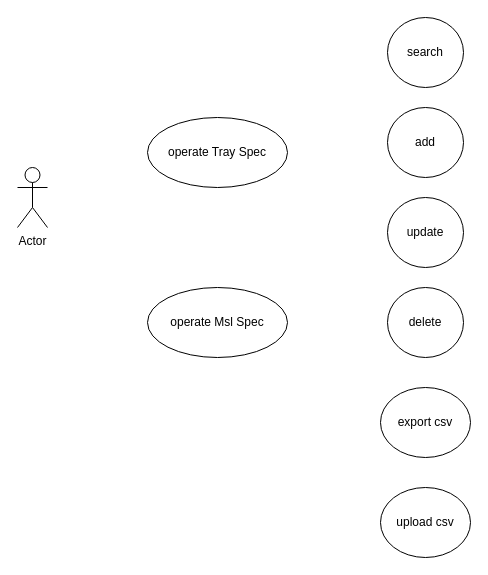
Before: img/UseCase.drawio in yurutung/OMI-Tray_Spec_Maintain, a draw.io diagram. Source tidied: cells renumbered, new cells numbered last; positions are measured from the earlier drawing's top-left corner, leaving out a move shared by most shapes. Both pictures are drawn from the tidied source at 100%, with x=0, y=0 at pixel (17, 17).
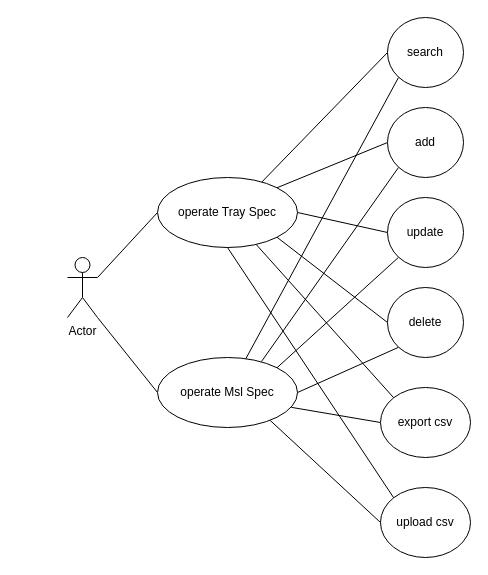
The same diagram, later.

The change refers to these unchanged cells:
```xml
<mxCell id="5" value="search" style="ellipse;whiteSpace=wrap;html=1;" parent="1" vertex="1">
  <mxGeometry x="370" width="76" height="70" as="geometry" />
</mxCell>
<mxCell id="6" value="add" style="ellipse;whiteSpace=wrap;html=1;" parent="1" vertex="1">
  <mxGeometry x="370" y="90" width="76" height="70" as="geometry" />
</mxCell>
<mxCell id="7" value="update" style="ellipse;whiteSpace=wrap;html=1;" parent="1" vertex="1">
  <mxGeometry x="370" y="180" width="76" height="70" as="geometry" />
</mxCell>
<mxCell id="8" value="delete" style="ellipse;whiteSpace=wrap;html=1;" parent="1" vertex="1">
  <mxGeometry x="370" y="270" width="76" height="70" as="geometry" />
</mxCell>
<mxCell id="9" value="export csv" style="ellipse;whiteSpace=wrap;html=1;" parent="1" vertex="1">
  <mxGeometry x="363" y="370" width="90" height="70" as="geometry" />
</mxCell>
<mxCell id="10" value="upload csv" style="ellipse;whiteSpace=wrap;html=1;" parent="1" vertex="1">
  <mxGeometry x="363" y="470" width="90" height="70" as="geometry" />
</mxCell>
```

Change to the diagram source:
```diff
@@
+    <mxCell id="11" style="rounded=0;jettySize=auto;html=1;exitX=1;exitY=0.3333333333333333;exitDx=0;exitDy=0;exitPerimeter=0;entryX=0;entryY=0.5;entryDx=0;entryDy=0;endArrow=none;endFill=0;" parent="1" edge="1" source="2" target="3">
+      <mxGeometry relative="1" as="geometry" />
+    </mxCell>
+    <mxCell id="12" style="edgeStyle=none;rounded=0;jettySize=auto;html=1;exitX=1;exitY=1;exitDx=0;exitDy=0;exitPerimeter=0;entryX=0;entryY=0.5;entryDx=0;entryDy=0;endArrow=none;endFill=0;" parent="1" edge="1" source="2" target="4">
+      <mxGeometry relative="1" as="geometry" />
+    </mxCell>
     <mxCell id="2" value="Actor" style="shape=umlActor;verticalLabelPosition=bottom;verticalAlign=top;html=1;" parent="1" vertex="1">
-      <mxGeometry y="150" width="30" height="60" as="geometry" />
+      <mxGeometry x="50" y="240" width="30" height="60" as="geometry" />
     </mxCell>
+    <mxCell id="13" style="edgeStyle=none;rounded=0;jettySize=auto;html=1;exitX=1;exitY=0;exitDx=0;exitDy=0;entryX=0;entryY=0.5;entryDx=0;entryDy=0;endArrow=none;endFill=0;" parent="1" edge="1" source="3" target="6">
+      <mxGeometry relative="1" as="geometry" />
+    </mxCell>
+    <mxCell id="14" style="edgeStyle=none;rounded=0;jettySize=auto;html=1;exitX=1;exitY=0.5;exitDx=0;exitDy=0;entryX=0;entryY=0.5;entryDx=0;entryDy=0;endArrow=none;endFill=0;" parent="1" edge="1" source="3" target="7">
+      <mxGeometry relative="1" as="geometry" />
+    </mxCell>
+    <mxCell id="15" style="edgeStyle=none;rounded=0;jettySize=auto;html=1;exitX=1;exitY=1;exitDx=0;exitDy=0;entryX=0;entryY=0.5;entryDx=0;entryDy=0;endArrow=none;endFill=0;" parent="1" edge="1" source="3" target="8">
+      <mxGeometry relative="1" as="geometry" />
+    </mxCell>
     <mxCell id="3" value="operate Tray Spec" style="ellipse;whiteSpace=wrap;html=1;" parent="1" vertex="1">
-      <mxGeometry x="130" y="100" width="140" height="70" as="geometry" />
+      <mxGeometry x="140" y="160" width="140" height="70" as="geometry" />
     </mxCell>
     <mxCell id="4" value="operate Msl Spec" style="ellipse;whiteSpace=wrap;html=1;" parent="1" vertex="1">
-      <mxGeometry x="130" y="270" width="140" height="70" as="geometry" />
+      <mxGeometry x="140" y="340" width="140" height="70" as="geometry" />
     </mxCell>
+    <mxCell id="16" style="edgeStyle=none;rounded=0;jettySize=auto;html=1;exitX=0;exitY=0.5;exitDx=0;exitDy=0;endArrow=none;endFill=0;entryX=0.746;entryY=0.063;entryDx=0;entryDy=0;entryPerimeter=0;" parent="1" edge="1" source="5" target="3">
+      <mxGeometry relative="1" as="geometry" />
+    </mxCell>
+    <mxCell id="17" style="edgeStyle=none;rounded=0;jettySize=auto;html=1;exitX=0;exitY=1;exitDx=0;exitDy=0;endArrow=none;endFill=0;" parent="1" edge="1" source="5" target="4">
+      <mxGeometry relative="1" as="geometry" />
+    </mxCell>
@@
+    <mxCell id="18" style="edgeStyle=none;rounded=0;jettySize=auto;html=1;exitX=0;exitY=1;exitDx=0;exitDy=0;endArrow=none;endFill=0;" parent="1" edge="1" source="6">
+      <mxGeometry relative="1" as="geometry">
+        <mxPoint x="244" y="344" as="targetPoint" />
+      </mxGeometry>
+    </mxCell>
@@
+    <mxCell id="19" style="edgeStyle=none;rounded=0;jettySize=auto;html=1;exitX=0;exitY=1;exitDx=0;exitDy=0;entryX=1;entryY=0;entryDx=0;entryDy=0;endArrow=none;endFill=0;" parent="1" edge="1" source="7" target="4">
+      <mxGeometry relative="1" as="geometry" />
+    </mxCell>
@@
+    <mxCell id="20" style="edgeStyle=none;rounded=0;jettySize=auto;html=1;exitX=0;exitY=1;exitDx=0;exitDy=0;entryX=1;entryY=0.5;entryDx=0;entryDy=0;endArrow=none;endFill=0;" parent="1" edge="1" source="8" target="4">
+      <mxGeometry relative="1" as="geometry" />
+    </mxCell>
@@
+    <mxCell id="21" style="edgeStyle=none;rounded=0;jettySize=auto;html=1;exitX=0;exitY=0;exitDx=0;exitDy=0;endArrow=none;endFill=0;" parent="1" edge="1" source="9" target="3">
+      <mxGeometry relative="1" as="geometry" />
+    </mxCell>
+    <mxCell id="22" style="edgeStyle=none;rounded=0;jettySize=auto;html=1;exitX=0;exitY=0.5;exitDx=0;exitDy=0;endArrow=none;endFill=0;entryX=0.956;entryY=0.712;entryDx=0;entryDy=0;entryPerimeter=0;" parent="1" edge="1" source="9" target="4">
+      <mxGeometry relative="1" as="geometry" />
+    </mxCell>
@@
+    <mxCell id="23" style="edgeStyle=none;rounded=0;jettySize=auto;html=1;exitX=0;exitY=0;exitDx=0;exitDy=0;entryX=0.5;entryY=1;entryDx=0;entryDy=0;endArrow=none;endFill=0;" parent="1" edge="1" source="10" target="3">
+      <mxGeometry relative="1" as="geometry" />
+    </mxCell>
+    <mxCell id="24" style="edgeStyle=none;rounded=0;jettySize=auto;html=1;exitX=0;exitY=0.5;exitDx=0;exitDy=0;endArrow=none;endFill=0;entryX=0.805;entryY=0.899;entryDx=0;entryDy=0;entryPerimeter=0;" parent="1" edge="1" source="10" target="4">
+      <mxGeometry relative="1" as="geometry" />
+    </mxCell>
```
